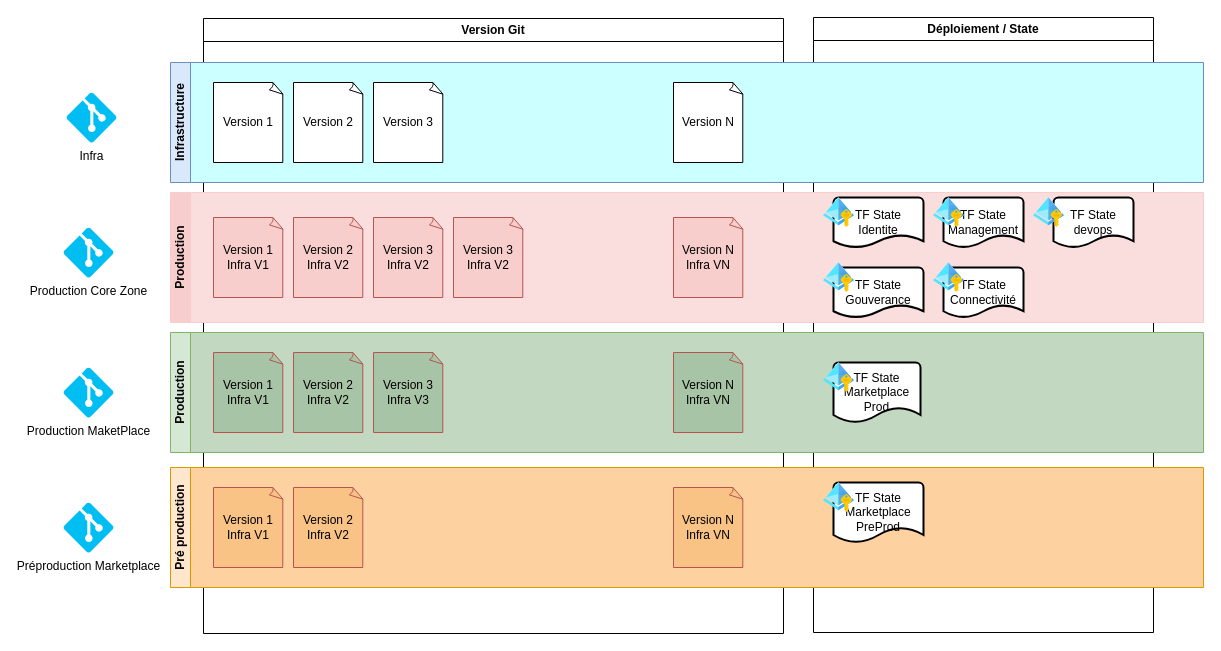
This is page "GitOps Simple" (8 of 13) of 003-Specification/assets/schema.drawio from matthieupetite/pandoc-documentation, a draw.io file, before an edit. Source tidied: cells renumbered, new cells numbered last; positions are measured from the earlier drawing's top-left corner, leaving out a move shared by most shapes. Both pictures are drawn from the tidied source at 100%, with x=0, y=0 at pixel (63, 17).
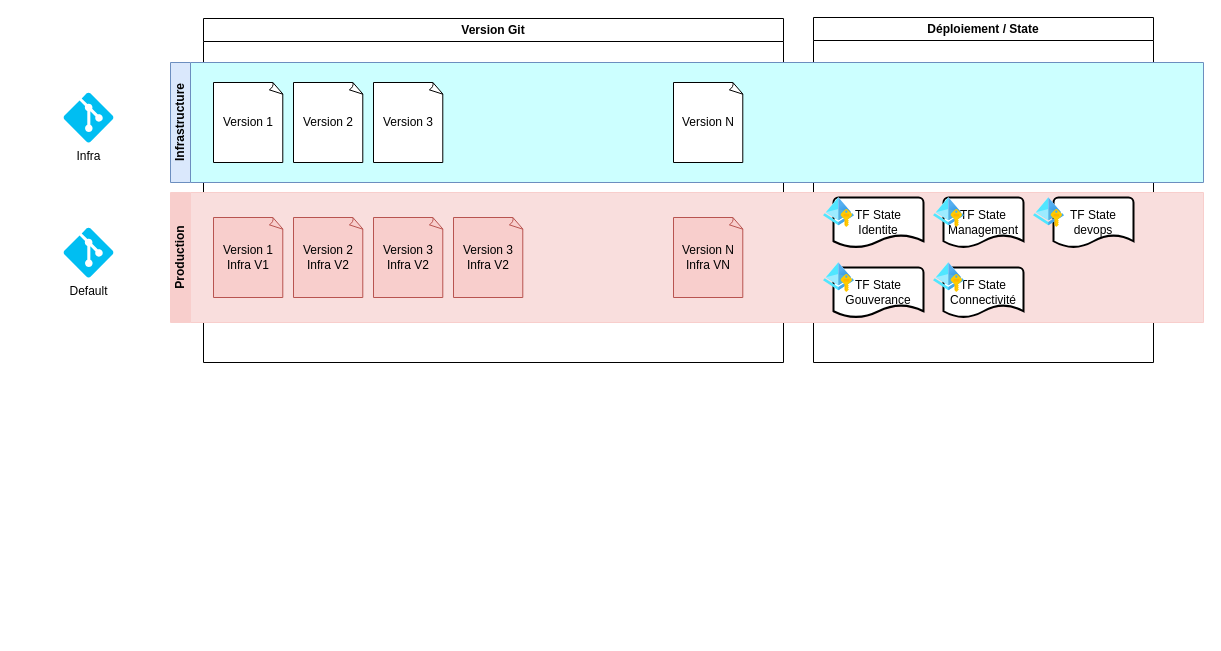
Above is the later version.

What changed in the source:
```diff
@@
     <mxCell id="2" value="Déploiement / State" style="swimlane;whiteSpace=wrap;html=1;" parent="1" vertex="1">
-      <mxGeometry x="750" width="340" height="615" as="geometry" />
+      <mxGeometry x="750" width="340" height="345" as="geometry" />
     </mxCell>
     <mxCell id="3" value="Version Git" style="swimlane;whiteSpace=wrap;html=1;" parent="1" vertex="1">
-      <mxGeometry x="140" y="1" width="580" height="615" as="geometry" />
+      <mxGeometry x="140" y="1" width="580" height="344" as="geometry" />
     </mxCell>
     <mxCell id="4" value="Infra" style="verticalLabelPosition=bottom;html=1;verticalAlign=top;align=center;strokeColor=none;fillColor=#00BEF2;shape=mxgraph.azure.git_repository;" parent="1" vertex="1">
-      <mxGeometry x="3" y="75" width="50" height="50" as="geometry" />
+      <mxGeometry y="75" width="50" height="50" as="geometry" />
     </mxCell>
-    <mxCell id="5" value="Production MaketPlace" style="verticalLabelPosition=bottom;html=1;verticalAlign=top;align=center;strokeColor=none;fillColor=#00BEF2;shape=mxgraph.azure.git_repository;" parent="1" vertex="1">
-      <mxGeometry y="350" width="50" height="50" as="geometry" />
-    </mxCell>
-    <mxCell id="6" value="Préproduction Marketplace" style="verticalLabelPosition=bottom;html=1;verticalAlign=top;align=center;strokeColor=none;fillColor=#00BEF2;shape=mxgraph.azure.git_repository;" parent="1" vertex="1">
-      <mxGeometry y="485" width="50" height="50" as="geometry" />
-    </mxCell>
@@
-    <mxCell id="12" value="Production" style="swimlane;startSize=20;horizontal=0;html=1;whiteSpace=wrap;fillColor=#D5E8D4;strokeColor=#82b366;swimlaneFillColor=#c2d8c0;" parent="1" vertex="1">
-      <mxGeometry x="107" y="315" width="1033" height="120" as="geometry" />
-    </mxCell>
-    <mxCell id="13" value="TF State Marketplace Prod" style="strokeWidth=2;html=1;shape=mxgraph.flowchart.document2;whiteSpace=wrap;size=0.25;" parent="12" vertex="1">
-      <mxGeometry x="663" y="30" width="87" height="60" as="geometry" />
-    </mxCell>
-    <mxCell id="14" value="Version 1&lt;br&gt;Infra V1" style="whiteSpace=wrap;html=1;shape=mxgraph.basic.document;fillColor=#a8c4a6;strokeColor=#b85450;" parent="12" vertex="1">
-      <mxGeometry x="43" y="20" width="70" height="80" as="geometry" />
-    </mxCell>
-    <mxCell id="15" value="Version 2&lt;br&gt;Infra V2" style="whiteSpace=wrap;html=1;shape=mxgraph.basic.document;fillColor=#a8c4a6;strokeColor=#b85450;" parent="12" vertex="1">
-      <mxGeometry x="123" y="20" width="70" height="80" as="geometry" />
-    </mxCell>
-    <mxCell id="16" value="Version N&lt;br&gt;Infra VN" style="whiteSpace=wrap;html=1;shape=mxgraph.basic.document;fillColor=#a8c4a6;strokeColor=#b85450;" parent="12" vertex="1">
-      <mxGeometry x="503" y="20" width="70" height="80" as="geometry" />
-    </mxCell>
-    <mxCell id="17" value="Version 3&lt;br&gt;Infra V3" style="whiteSpace=wrap;html=1;shape=mxgraph.basic.document;fillColor=#a8c4a6;strokeColor=#b85450;" parent="12" vertex="1">
-      <mxGeometry x="203" y="20" width="70" height="80" as="geometry" />
-    </mxCell>
-    <mxCell id="18" style="image;html=1;align=center;fontSize=12;image=img/lib/azure2/identity/Managed_Identities.svg;" parent="12" vertex="1">
-      <mxGeometry x="653" y="30" width="30.9" height="30" as="geometry" />
-    </mxCell>
-    <mxCell id="19" value="Pré production" style="swimlane;startSize=20;horizontal=0;html=1;whiteSpace=wrap;fillColor=#ffe6cc;strokeColor=#d79b00;swimlaneFillColor=#fdd2a0;" parent="1" vertex="1">
-      <mxGeometry x="107" y="450" width="1033" height="120" as="geometry" />
-    </mxCell>
-    <mxCell id="20" value="TF State Marketplace PreProd" style="strokeWidth=2;html=1;shape=mxgraph.flowchart.document2;whiteSpace=wrap;size=0.25;" parent="19" vertex="1">
-      <mxGeometry x="663" y="15" width="90" height="60" as="geometry" />
-    </mxCell>
-    <mxCell id="21" value="Version 1&lt;br&gt;Infra V1" style="whiteSpace=wrap;html=1;shape=mxgraph.basic.document;fillColor=#f9c386;strokeColor=#b85450;" parent="19" vertex="1">
-      <mxGeometry x="43" y="20" width="70" height="80" as="geometry" />
-    </mxCell>
-    <mxCell id="22" value="Version 2&lt;br&gt;Infra V2" style="whiteSpace=wrap;html=1;shape=mxgraph.basic.document;fillColor=#f9c386;strokeColor=#b85450;" parent="19" vertex="1">
-      <mxGeometry x="123" y="20" width="70" height="80" as="geometry" />
-    </mxCell>
-    <mxCell id="23" value="Version N&lt;br&gt;Infra VN" style="whiteSpace=wrap;html=1;shape=mxgraph.basic.document;fillColor=#f9c386;strokeColor=#b85450;" parent="19" vertex="1">
-      <mxGeometry x="503" y="20" width="70" height="80" as="geometry" />
-    </mxCell>
-    <mxCell id="24" style="image;html=1;align=center;fontSize=12;image=img/lib/azure2/identity/Managed_Identities.svg;" parent="19" vertex="1">
-      <mxGeometry x="653" y="15" width="30.9" height="30" as="geometry" />
-    </mxCell>
-    <mxCell id="25" value="Production Core Zone" style="verticalLabelPosition=bottom;html=1;verticalAlign=top;align=center;strokeColor=none;fillColor=#00BEF2;shape=mxgraph.azure.git_repository;" parent="1" vertex="1">
+    <mxCell id="25" value="Default" style="verticalLabelPosition=bottom;html=1;verticalAlign=top;align=center;strokeColor=none;fillColor=#00BEF2;shape=mxgraph.azure.git_repository;" parent="1" vertex="1">
       <mxGeometry y="210" width="50" height="50" as="geometry" />
     </mxCell>
```
